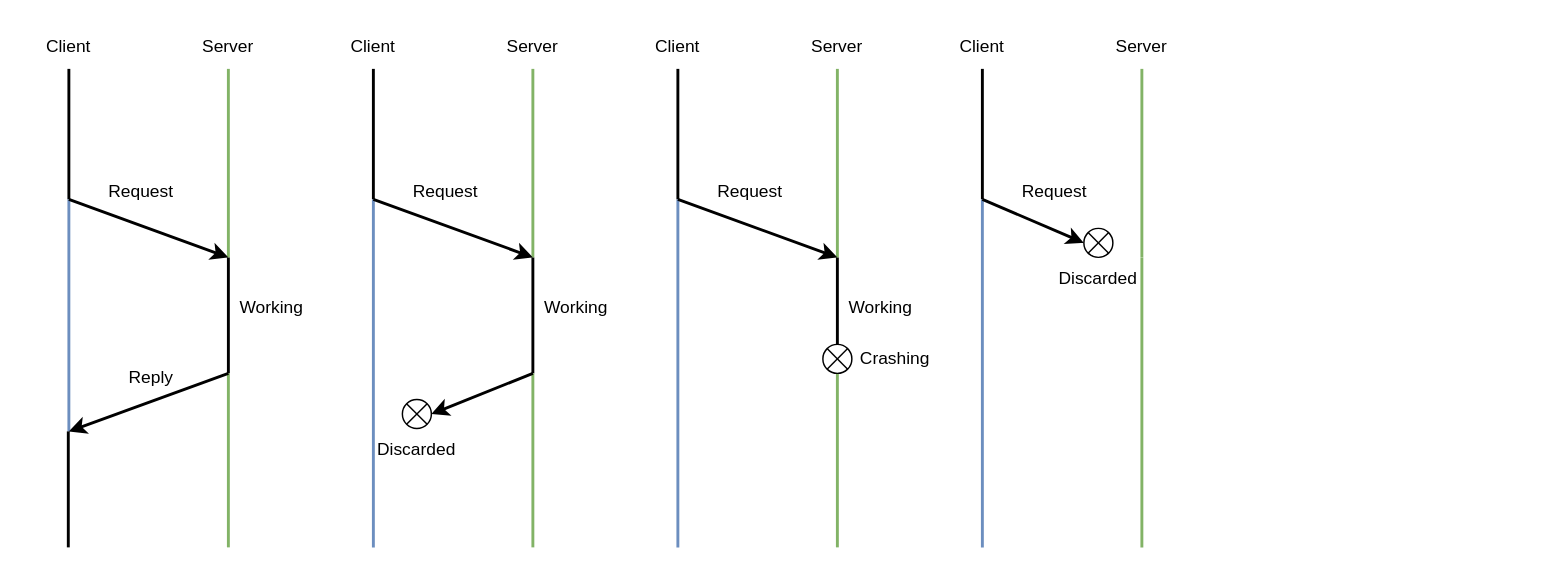
Earlier version of the draw.io diagram Drafts/rpc-protobuf.drawio (xrysamuel/my-drawio). Source tidied: cells renumbered, new cells numbered last; positions are measured from the earlier drawing's top-left corner, leaving out a move shared by most shapes. Both pictures are drawn from the tidied source at 145%, with x=0, y=0 at pixel (25, 25).
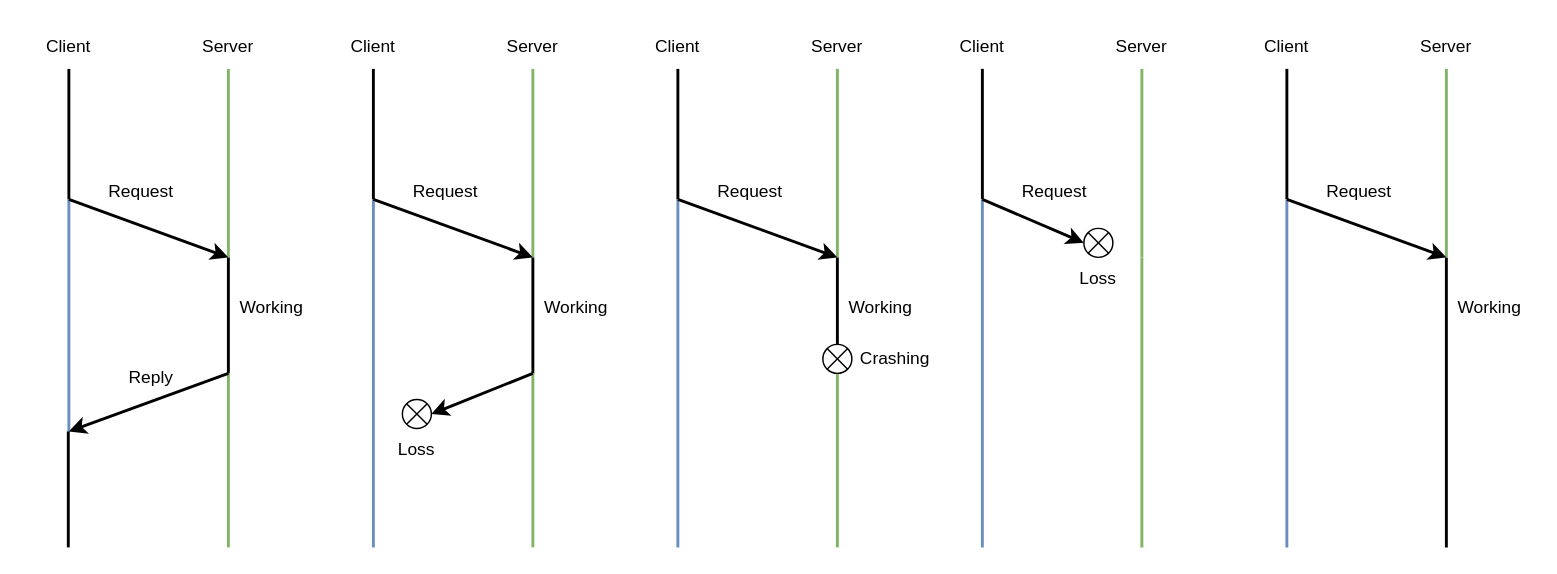
Above is the later version.

The edit, as a diff of the source:
```diff
@@
-    <mxCell id="47" value="Discarded" style="text;html=1;align=center;verticalAlign=middle;whiteSpace=wrap;rounded=0;" parent="1" vertex="1">
+    <mxCell id="47" value="Loss" style="text;html=1;align=center;verticalAlign=middle;whiteSpace=wrap;rounded=0;" parent="1" vertex="1">
       <mxGeometry x="240" y="278" width="60" height="30" as="geometry" />
     </mxCell>
-    <mxCell id="48" value="Discarded" style="text;html=1;align=center;verticalAlign=middle;whiteSpace=wrap;rounded=0;" parent="1" vertex="1">
+    <mxCell id="48" value="Loss" style="text;html=1;align=center;verticalAlign=middle;whiteSpace=wrap;rounded=0;" parent="1" vertex="1">
       <mxGeometry x="710" y="160" width="60" height="30" as="geometry" />
     </mxCell>
@@
+    <mxCell id="50" style="endArrow=none;html=1;rounded=0;strokeWidth=2;" parent="1" edge="1">
+      <mxGeometry relative="1" as="geometry">
+        <mxPoint x="870" y="120" as="sourcePoint" />
+        <mxPoint x="870" y="30" as="targetPoint" />
+      </mxGeometry>
+    </mxCell>
+    <mxCell id="51" style="endArrow=none;html=1;rounded=0;fillColor=#dae8fc;strokeColor=#6c8ebf;strokeWidth=2;" parent="1" edge="1">
+      <mxGeometry relative="1" as="geometry">
+        <mxPoint x="870" y="360" as="sourcePoint" />
+        <mxPoint x="870" y="120" as="targetPoint" />
+      </mxGeometry>
+    </mxCell>
+    <mxCell id="52" style="endArrow=none;html=1;rounded=0;strokeWidth=2;" parent="1" edge="1">
+      <mxGeometry relative="1" as="geometry">
+        <mxPoint x="980" y="360" as="sourcePoint" />
+        <mxPoint x="980" y="160" as="targetPoint" />
+      </mxGeometry>
+    </mxCell>
+    <mxCell id="53" style="endArrow=none;html=1;rounded=0;fillColor=#d5e8d4;strokeColor=#82b366;strokeWidth=2;" parent="1" edge="1">
+      <mxGeometry relative="1" as="geometry">
+        <mxPoint x="980" y="160" as="sourcePoint" />
+        <mxPoint x="980" y="30" as="targetPoint" />
+      </mxGeometry>
+    </mxCell>
+    <mxCell id="54" style="endArrow=classic;html=1;rounded=0;strokeWidth=2;" parent="1" edge="1">
+      <mxGeometry relative="1" as="geometry">
+        <mxPoint x="870" y="120" as="sourcePoint" />
+        <mxPoint x="980" y="160" as="targetPoint" />
+      </mxGeometry>
+    </mxCell>
+    <mxCell id="55" value="Client" style="text;html=1;align=center;verticalAlign=middle;whiteSpace=wrap;rounded=0;strokeWidth=2;" parent="1" vertex="1">
+      <mxGeometry x="840" width="60" height="30" as="geometry" />
+    </mxCell>
+    <mxCell id="56" value="Request" style="text;html=1;align=center;verticalAlign=middle;whiteSpace=wrap;rounded=0;" parent="1" vertex="1">
+      <mxGeometry x="890" y="100" width="60" height="30" as="geometry" />
+    </mxCell>
+    <mxCell id="57" value="Server" style="text;html=1;align=center;verticalAlign=middle;whiteSpace=wrap;rounded=0;" parent="1" vertex="1">
+      <mxGeometry x="950" width="60" height="30" as="geometry" />
+    </mxCell>
+    <mxCell id="58" value="Working" style="text;html=1;align=center;verticalAlign=middle;whiteSpace=wrap;rounded=0;" parent="1" vertex="1">
+      <mxGeometry x="980" y="180" width="60" height="30" as="geometry" />
+    </mxCell>
```
